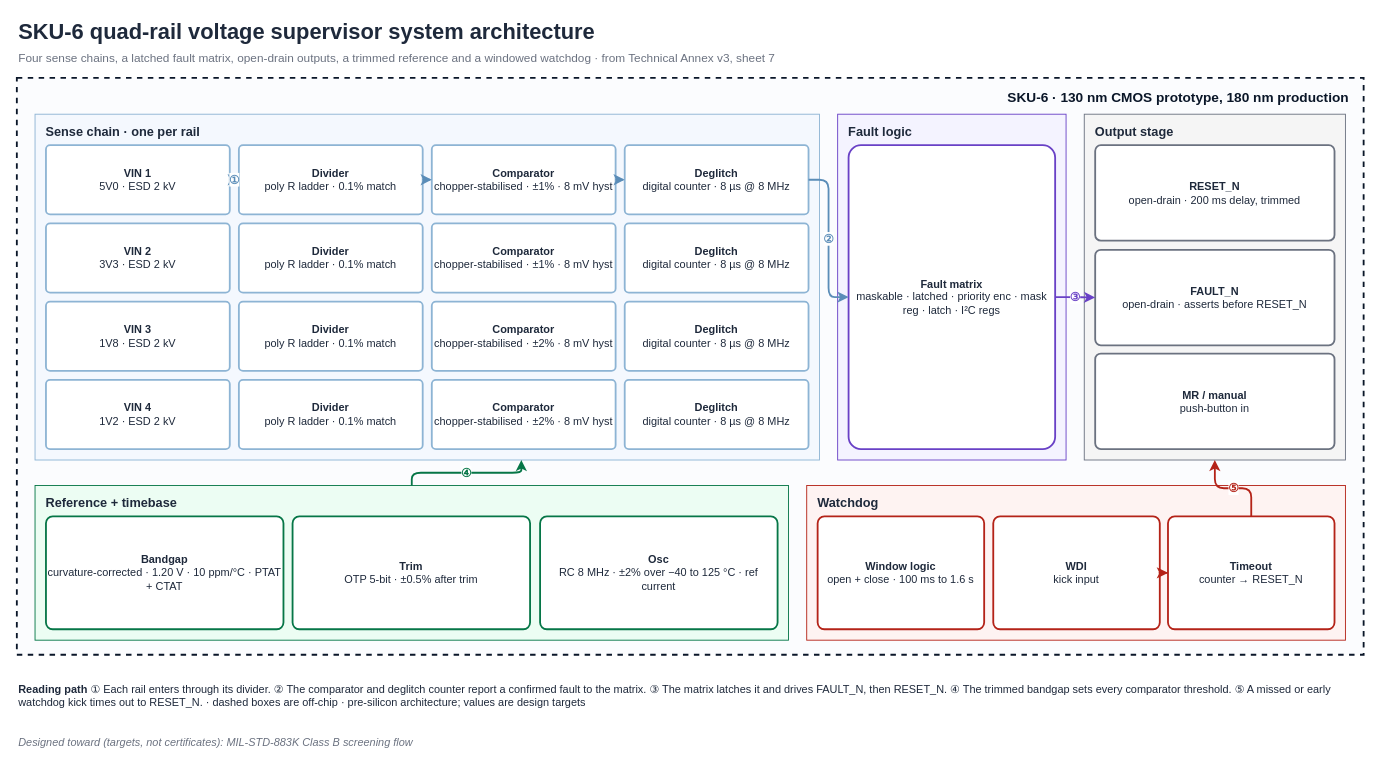
Earlier version of the draw.io diagram public/downloads/sku-6-architecture.drawio (shekerkamma/deepgrid-dr-silicon-v10). Source tidied: cells renumbered, new cells numbered last; positions are measured from the earlier drawing's top-left corner, leaving out a move shared by most shapes. Both pictures are drawn from the tidied source at 91%, with x=0, y=0 at pixel (16, 15).
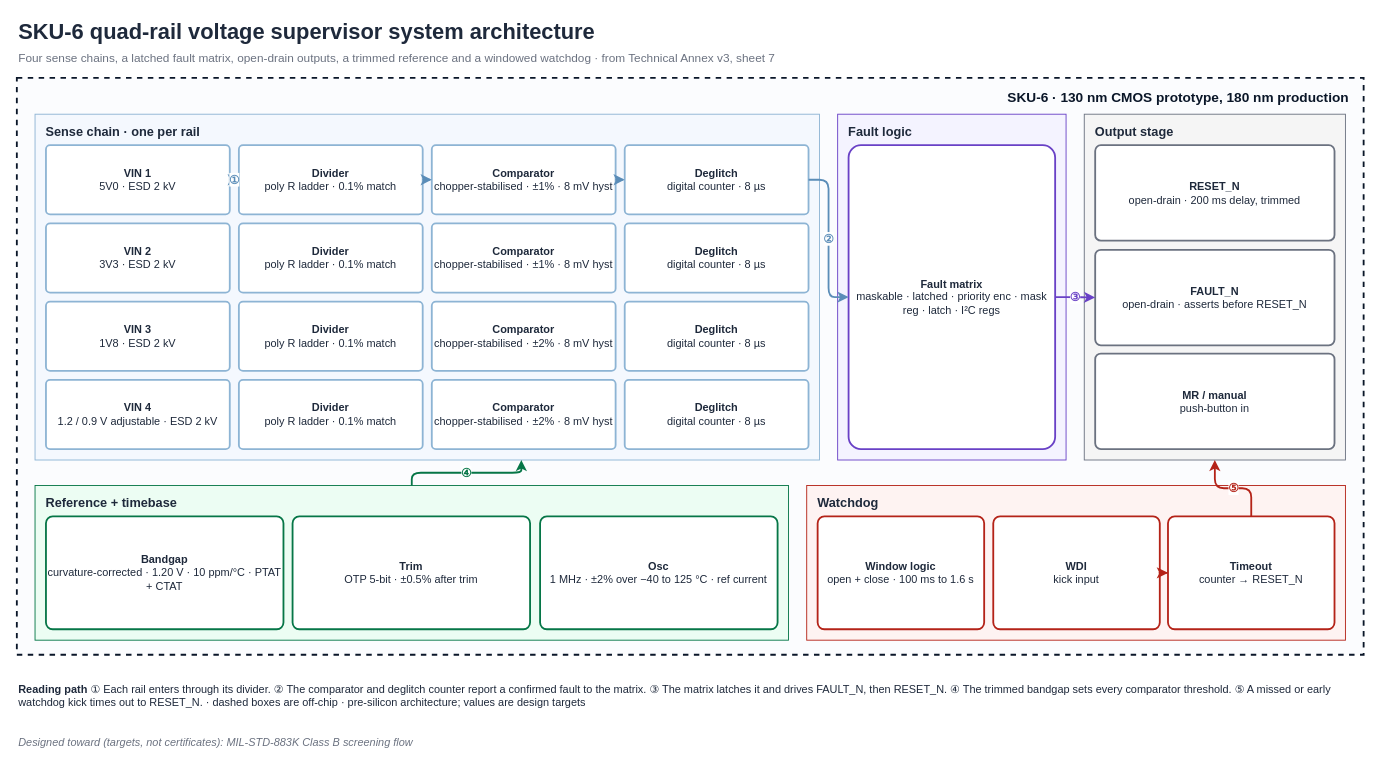
The same page after the edit.

Commit message (it also covers changes not shown here):
fix(v6): SKU-6 diagram follows the product page's oscillator and fourth rail

The edit, as a diff of the source:
```diff
@@
-    <mxCell id="9" value="&lt;b&gt;Deglitch&lt;/b&gt;&lt;br&gt;digital counter · 8 µs @ 8 MHz" style="rounded=1;whiteSpace=wrap;html=1;fillColor=#FFFFFF;strokeColor=#8DB4D4;strokeWidth=2;fontSize=12;fontColor=#1E293B;arcSize=6;" parent="1" vertex="1">
+    <mxCell id="9" value="&lt;b&gt;Deglitch&lt;/b&gt;&lt;br&gt;digital counter · 8 µs" style="rounded=1;whiteSpace=wrap;html=1;fillColor=#FFFFFF;strokeColor=#8DB4D4;strokeWidth=2;fontSize=12;fontColor=#1E293B;arcSize=6;" parent="1" vertex="1">
       <mxGeometry x="668" y="142" width="202" height="76" as="geometry" />
     </mxCell>
@@
-    <mxCell id="13" value="&lt;b&gt;Deglitch&lt;/b&gt;&lt;br&gt;digital counter · 8 µs @ 8 MHz" style="rounded=1;whiteSpace=wrap;html=1;fillColor=#FFFFFF;strokeColor=#8DB4D4;strokeWidth=2;fontSize=12;fontColor=#1E293B;arcSize=6;" parent="1" vertex="1">
+    <mxCell id="13" value="&lt;b&gt;Deglitch&lt;/b&gt;&lt;br&gt;digital counter · 8 µs" style="rounded=1;whiteSpace=wrap;html=1;fillColor=#FFFFFF;strokeColor=#8DB4D4;strokeWidth=2;fontSize=12;fontColor=#1E293B;arcSize=6;" parent="1" vertex="1">
       <mxGeometry x="668" y="228" width="202" height="76" as="geometry" />
     </mxCell>
@@
-    <mxCell id="17" value="&lt;b&gt;Deglitch&lt;/b&gt;&lt;br&gt;digital counter · 8 µs @ 8 MHz" style="rounded=1;whiteSpace=wrap;html=1;fillColor=#FFFFFF;strokeColor=#8DB4D4;strokeWidth=2;fontSize=12;fontColor=#1E293B;arcSize=6;" parent="1" vertex="1">
+    <mxCell id="17" value="&lt;b&gt;Deglitch&lt;/b&gt;&lt;br&gt;digital counter · 8 µs" style="rounded=1;whiteSpace=wrap;html=1;fillColor=#FFFFFF;strokeColor=#8DB4D4;strokeWidth=2;fontSize=12;fontColor=#1E293B;arcSize=6;" parent="1" vertex="1">
       <mxGeometry x="668" y="314" width="202" height="76" as="geometry" />
     </mxCell>
-    <mxCell id="18" value="&lt;b&gt;VIN 4&lt;/b&gt;&lt;br&gt;1V2 · ESD 2 kV" style="rounded=1;whiteSpace=wrap;html=1;fillColor=#FFFFFF;strokeColor=#8DB4D4;strokeWidth=2;fontSize=12;fontColor=#1E293B;arcSize=6;" parent="1" vertex="1">
+    <mxCell id="18" value="&lt;b&gt;VIN 4&lt;/b&gt;&lt;br&gt;1.2 / 0.9 V adjustable · ESD 2 kV" style="rounded=1;whiteSpace=wrap;html=1;fillColor=#FFFFFF;strokeColor=#8DB4D4;strokeWidth=2;fontSize=12;fontColor=#1E293B;arcSize=6;" parent="1" vertex="1">
       <mxGeometry x="32" y="400" width="202" height="76" as="geometry" />
     </mxCell>
@@
-    <mxCell id="21" value="&lt;b&gt;Deglitch&lt;/b&gt;&lt;br&gt;digital counter · 8 µs @ 8 MHz" style="rounded=1;whiteSpace=wrap;html=1;fillColor=#FFFFFF;strokeColor=#8DB4D4;strokeWidth=2;fontSize=12;fontColor=#1E293B;arcSize=6;" parent="1" vertex="1">
+    <mxCell id="21" value="&lt;b&gt;Deglitch&lt;/b&gt;&lt;br&gt;digital counter · 8 µs" style="rounded=1;whiteSpace=wrap;html=1;fillColor=#FFFFFF;strokeColor=#8DB4D4;strokeWidth=2;fontSize=12;fontColor=#1E293B;arcSize=6;" parent="1" vertex="1">
       <mxGeometry x="668" y="400" width="202" height="76" as="geometry" />
     </mxCell>
@@
-    <mxCell id="31" value="&lt;b&gt;Osc&lt;/b&gt;&lt;br&gt;RC 8 MHz · ±2% over −40 to 125 °C · ref current" style="rounded=1;whiteSpace=wrap;html=1;fillColor=#FFFFFF;strokeColor=#067647;strokeWidth=2;fontSize=12;fontColor=#1E293B;arcSize=6;" parent="1" vertex="1">
+    <mxCell id="31" value="&lt;b&gt;Osc&lt;/b&gt;&lt;br&gt;1 MHz · ±2% over −40 to 125 °C · ref current" style="rounded=1;whiteSpace=wrap;html=1;fillColor=#FFFFFF;strokeColor=#067647;strokeWidth=2;fontSize=12;fontColor=#1E293B;arcSize=6;" parent="1" vertex="1">
       <mxGeometry x="575" y="550" width="261" height="124" as="geometry" />
     </mxCell>
```
